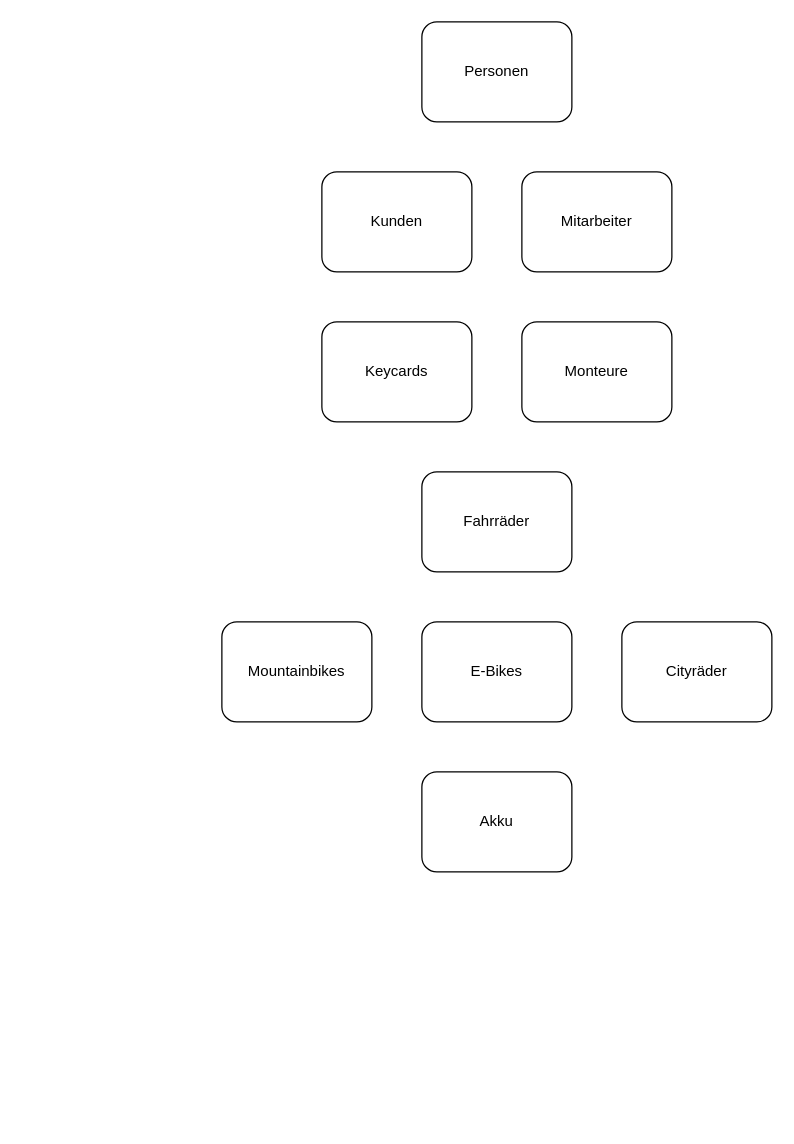
Above: Fahrradverleih.drawio in tobiasenger/zeichnungen (draw.io), before the change. Source tidied: cells renumbered, new cells numbered last; positions are measured from the earlier drawing's top-left corner, leaving out a move shared by most shapes. Both pictures are drawn from the tidied source at 125%, with x=0, y=0 at pixel (221, 21).
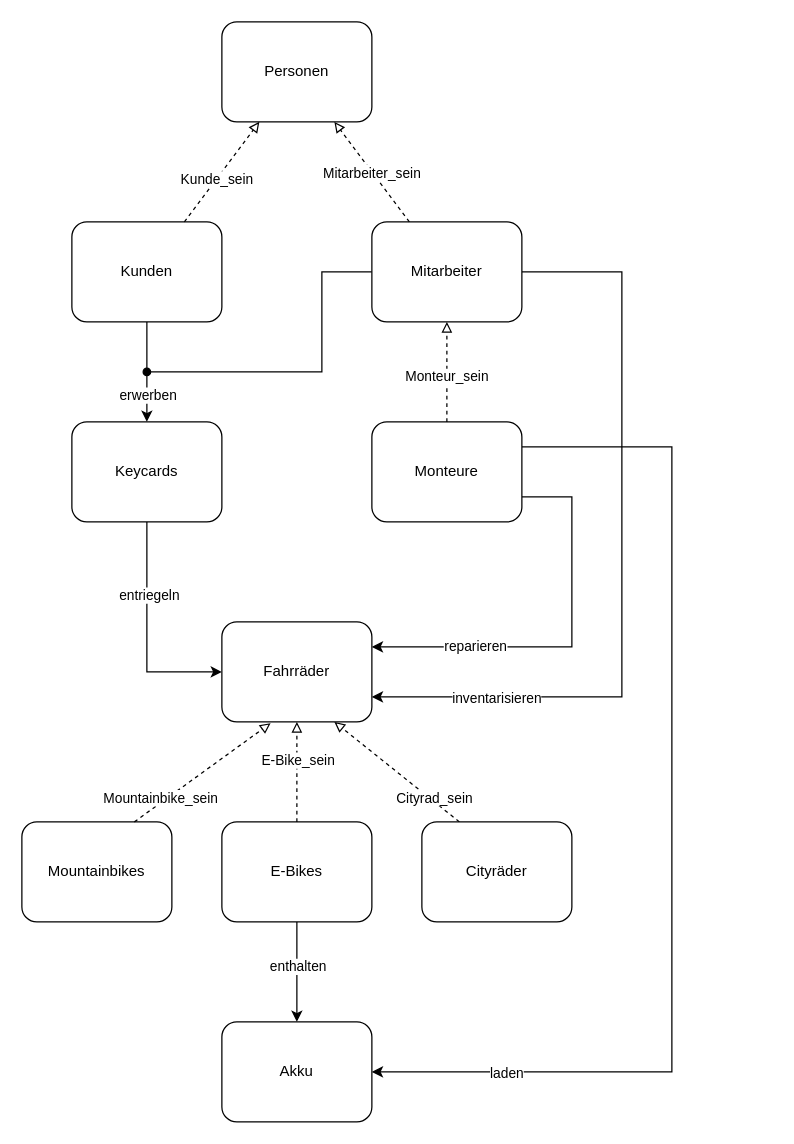
The same diagram, later.

Diff of the diagram source:
```diff
@@
     <mxCell id="2" value="Akku" style="rounded=1;whiteSpace=wrap;html=1;" parent="1" vertex="1">
-      <mxGeometry x="160" y="600" width="120" height="80" as="geometry" />
+      <mxGeometry y="800" width="120" height="80" as="geometry" />
     </mxCell>
+    <mxCell id="12" style="edgeStyle=orthogonalEdgeStyle;rounded=0;jettySize=auto;html=1;exitX=0.5;exitY=0;exitDx=0;exitDy=0;entryX=0.5;entryY=1;entryDx=0;entryDy=0;dashed=1;endArrow=block;endFill=0;" parent="1" edge="1" source="3" target="10">
+      <mxGeometry relative="1" as="geometry" />
+    </mxCell>
+    <mxCell id="13" value="Monteur_sein" style="edgeLabel;html=1;align=center;verticalAlign=middle;" parent="12" vertex="1">
+      <mxGeometry x="-0.07" y="1" relative="1" as="geometry" />
+    </mxCell>
+    <mxCell id="14" style="edgeStyle=orthogonalEdgeStyle;rounded=0;jettySize=auto;html=1;exitX=1;exitY=0.75;exitDx=0;exitDy=0;entryX=1;entryY=0.25;entryDx=0;entryDy=0;" parent="1" edge="1" source="3" target="8">
+      <mxGeometry relative="1" as="geometry">
+        <Array as="points">
+          <mxPoint x="280" y="380" />
+          <mxPoint x="280" y="500" />
+        </Array>
+      </mxGeometry>
+    </mxCell>
+    <mxCell id="15" value="reparieren" style="edgeLabel;html=1;align=center;verticalAlign=middle;" parent="14" vertex="1">
+      <mxGeometry x="0.49" y="1" relative="1" as="geometry">
+        <mxPoint y="-2" as="offset" />
+      </mxGeometry>
+    </mxCell>
+    <mxCell id="16" style="edgeStyle=orthogonalEdgeStyle;rounded=0;jettySize=auto;html=1;exitX=1;exitY=0.25;exitDx=0;exitDy=0;entryX=1;entryY=0.5;entryDx=0;entryDy=0;" parent="1" edge="1" source="3" target="2">
+      <mxGeometry relative="1" as="geometry">
+        <Array as="points">
+          <mxPoint x="360" y="340" />
+          <mxPoint x="360" y="840" />
+        </Array>
+      </mxGeometry>
+    </mxCell>
+    <mxCell id="17" value="laden" style="edgeLabel;html=1;align=center;verticalAlign=middle;" parent="16" vertex="1">
+      <mxGeometry x="0.75" y="1" relative="1" as="geometry">
+        <mxPoint y="-1" as="offset" />
+      </mxGeometry>
+    </mxCell>
     <mxCell id="3" value="Monteure" style="rounded=1;whiteSpace=wrap;html=1;" parent="1" vertex="1">
-      <mxGeometry x="240" y="240" width="120" height="80" as="geometry" />
+      <mxGeometry x="120" y="320" width="120" height="80" as="geometry" />
     </mxCell>
+    <mxCell id="18" style="edgeStyle=orthogonalEdgeStyle;rounded=0;jettySize=auto;html=1;exitX=0.5;exitY=1;exitDx=0;exitDy=0;entryX=0;entryY=0.5;entryDx=0;entryDy=0;" parent="1" edge="1" source="4" target="8">
+      <mxGeometry relative="1" as="geometry" />
+    </mxCell>
+    <mxCell id="19" value="entriegeln" style="edgeLabel;html=1;align=center;verticalAlign=middle;" parent="18" vertex="1">
+      <mxGeometry x="-0.36" y="1" relative="1" as="geometry" />
+    </mxCell>
     <mxCell id="4" value="Keycards" style="rounded=1;whiteSpace=wrap;html=1;" parent="1" vertex="1">
-      <mxGeometry x="80" y="240" width="120" height="80" as="geometry" />
+      <mxGeometry x="-120" y="320" width="120" height="80" as="geometry" />
     </mxCell>
     <mxCell id="5" value="Mountainbikes" style="rounded=1;whiteSpace=wrap;html=1;" parent="1" vertex="1">
-      <mxGeometry y="480" width="120" height="80" as="geometry" />
+      <mxGeometry x="-160" y="640" width="120" height="80" as="geometry" />
     </mxCell>
+    <mxCell id="20" style="rounded=0;jettySize=auto;html=1;exitX=0.25;exitY=0;exitDx=0;exitDy=0;entryX=0.75;entryY=1;entryDx=0;entryDy=0;dashed=1;endArrow=block;endFill=0;" parent="1" edge="1" source="6" target="8">
+      <mxGeometry relative="1" as="geometry" />
+    </mxCell>
+    <mxCell id="21" value="Cityrad_sein" style="edgeLabel;html=1;align=center;verticalAlign=middle;" parent="20" vertex="1">
+      <mxGeometry x="-0.3" y="3" relative="1" as="geometry">
+        <mxPoint x="17" y="6" as="offset" />
+      </mxGeometry>
+    </mxCell>
     <mxCell id="6" value="Cityräder" style="rounded=1;whiteSpace=wrap;html=1;" parent="1" vertex="1">
-      <mxGeometry x="320" y="480" width="120" height="80" as="geometry" />
+      <mxGeometry x="160" y="640" width="120" height="80" as="geometry" />
     </mxCell>
+    <mxCell id="22" style="edgeStyle=orthogonalEdgeStyle;rounded=0;jettySize=auto;html=1;exitX=0.5;exitY=0;exitDx=0;exitDy=0;entryX=0.5;entryY=1;entryDx=0;entryDy=0;dashed=1;endArrow=block;endFill=0;" parent="1" edge="1" source="7" target="8">
+      <mxGeometry relative="1" as="geometry" />
+    </mxCell>
+    <mxCell id="23" value="E-Bike_sein" style="edgeLabel;html=1;align=center;verticalAlign=middle;" parent="22" vertex="1">
+      <mxGeometry x="-0.15" y="2" relative="1" as="geometry">
+        <mxPoint x="2" y="-16" as="offset" />
+      </mxGeometry>
+    </mxCell>
+    <mxCell id="24" style="edgeStyle=orthogonalEdgeStyle;rounded=0;jettySize=auto;html=1;exitX=0.5;exitY=1;exitDx=0;exitDy=0;entryX=0.5;entryY=0;entryDx=0;entryDy=0;" parent="1" edge="1" source="7" target="2">
+      <mxGeometry relative="1" as="geometry" />
+    </mxCell>
+    <mxCell id="25" value="enthalten" style="edgeLabel;html=1;align=center;verticalAlign=middle;" parent="24" vertex="1">
+      <mxGeometry x="-0.12" relative="1" as="geometry" />
+    </mxCell>
     <mxCell id="7" value="E-Bikes" style="rounded=1;whiteSpace=wrap;html=1;" parent="1" vertex="1">
-      <mxGeometry x="160" y="480" width="120" height="80" as="geometry" />
+      <mxGeometry y="640" width="120" height="80" as="geometry" />
     </mxCell>
     <mxCell id="8" value="Fahrräder" style="rounded=1;whiteSpace=wrap;html=1;" parent="1" vertex="1">
-      <mxGeometry x="160" y="360" width="120" height="80" as="geometry" />
+      <mxGeometry y="480" width="120" height="80" as="geometry" />
     </mxCell>
+    <mxCell id="26" style="edgeStyle=orthogonalEdgeStyle;rounded=0;jettySize=auto;html=1;exitX=0.5;exitY=1;exitDx=0;exitDy=0;entryX=0.5;entryY=0;entryDx=0;entryDy=0;" parent="1" edge="1" source="9" target="4">
+      <mxGeometry relative="1" as="geometry" />
+    </mxCell>
+    <mxCell id="27" value="erwerben" style="edgeLabel;html=1;align=center;verticalAlign=middle;" parent="26" vertex="1">
+      <mxGeometry x="0.45" relative="1" as="geometry" />
+    </mxCell>
     <mxCell id="9" value="Kunden" style="rounded=1;whiteSpace=wrap;html=1;" parent="1" vertex="1">
-      <mxGeometry x="80" y="120" width="120" height="80" as="geometry" />
+      <mxGeometry x="-120" y="160" width="120" height="80" as="geometry" />
     </mxCell>
+    <mxCell id="28" style="edgeStyle=orthogonalEdgeStyle;rounded=0;jettySize=auto;html=1;exitX=1;exitY=0.5;exitDx=0;exitDy=0;entryX=1;entryY=0.75;entryDx=0;entryDy=0;" parent="1" edge="1" source="10" target="8">
+      <mxGeometry relative="1" as="geometry">
+        <Array as="points">
+          <mxPoint x="320" y="200" />
+          <mxPoint x="320" y="540" />
+        </Array>
+      </mxGeometry>
+    </mxCell>
+    <mxCell id="29" value="inventarisieren" style="edgeLabel;html=1;align=center;verticalAlign=middle;" parent="28" vertex="1">
+      <mxGeometry x="0.68" relative="1" as="geometry" />
+    </mxCell>
+    <mxCell id="30" style="edgeStyle=orthogonalEdgeStyle;rounded=0;jettySize=auto;html=1;exitX=0;exitY=0.5;exitDx=0;exitDy=0;endArrow=oval;endFill=1;" parent="1" edge="1" source="10">
+      <mxGeometry relative="1" as="geometry">
+        <mxPoint x="-60" y="280" as="targetPoint" />
+        <Array as="points">
+          <mxPoint x="80" y="200" />
+          <mxPoint x="80" y="280" />
+          <mxPoint x="-60" y="280" />
+        </Array>
+      </mxGeometry>
+    </mxCell>
     <mxCell id="10" value="Mitarbeiter" style="rounded=1;whiteSpace=wrap;html=1;" parent="1" vertex="1">
-      <mxGeometry x="240" y="120" width="120" height="80" as="geometry" />
+      <mxGeometry x="120" y="160" width="120" height="80" as="geometry" />
     </mxCell>
     <mxCell id="11" value="Personen" style="rounded=1;whiteSpace=wrap;html=1;" parent="1" vertex="1">
-      <mxGeometry x="160" width="120" height="80" as="geometry" />
+      <mxGeometry width="120" height="80" as="geometry" />
     </mxCell>
+    <mxCell id="31" style="endArrow=block;html=1;rounded=0;exitX=0.75;exitY=0;exitDx=0;exitDy=0;entryX=0.25;entryY=1;entryDx=0;entryDy=0;dashed=1;endFill=0;" parent="1" edge="1" source="9" target="11">
+      <mxGeometry relative="1" as="geometry" />
+    </mxCell>
+    <mxCell id="32" value="Kunde_sein" style="edgeLabel;html=1;align=center;verticalAlign=middle;" parent="31" vertex="1">
+      <mxGeometry x="-0.14" relative="1" as="geometry" />
+    </mxCell>
+    <mxCell id="33" style="endArrow=block;html=1;rounded=0;exitX=0.25;exitY=0;exitDx=0;exitDy=0;entryX=0.75;entryY=1;entryDx=0;entryDy=0;dashed=1;endFill=0;" parent="1" edge="1" source="10" target="11">
+      <mxGeometry relative="1" as="geometry" />
+    </mxCell>
+    <mxCell id="34" value="Mitarbeiter_sein" style="edgeLabel;html=1;align=center;verticalAlign=middle;" parent="33" vertex="1">
+      <mxGeometry y="1" relative="1" as="geometry" />
+    </mxCell>
+    <mxCell id="35" style="rounded=0;jettySize=auto;html=1;exitX=0.75;exitY=0;exitDx=0;exitDy=0;entryX=0.325;entryY=1.013;entryDx=0;entryDy=0;entryPerimeter=0;dashed=1;endArrow=block;endFill=0;" parent="1" edge="1" source="5" target="8">
+      <mxGeometry relative="1" as="geometry" />
+    </mxCell>
+    <mxCell id="36" value="Mountainbike_sein" style="edgeLabel;html=1;align=center;verticalAlign=middle;" parent="35" vertex="1">
+      <mxGeometry x="-0.13" y="-1" relative="1" as="geometry">
+        <mxPoint x="-28" y="14" as="offset" />
+      </mxGeometry>
+    </mxCell>
```
